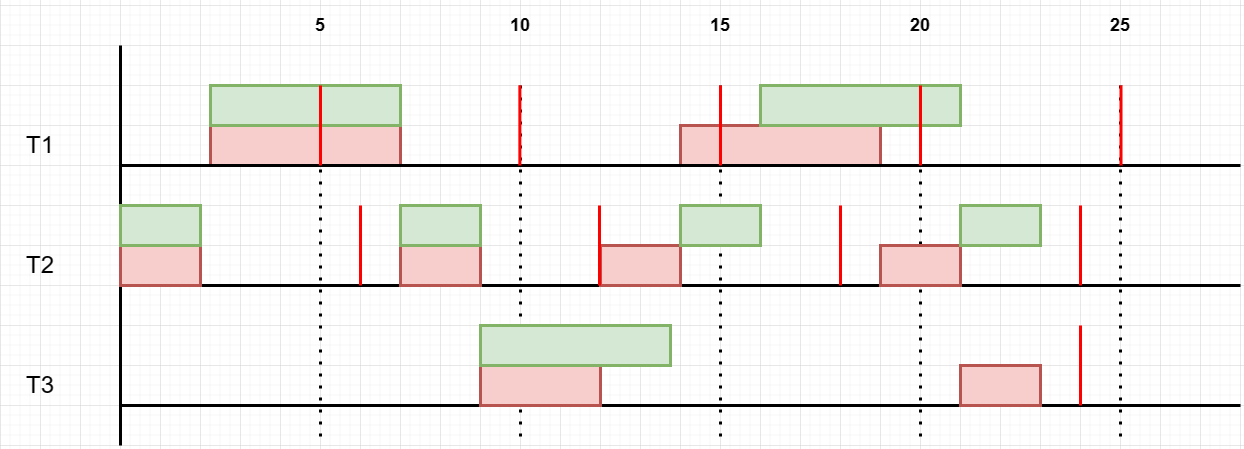
This is TPs_scheduling/diagrammes-td1_ex2.drawio.png from FlorianLatapie/PNS-SI4-S8_Capteurs_actionneurs_-_IA, a draw.io export, as it was before one commit. Source tidied: cells renumbered, new cells last; positions are measured from the earlier drawing's top-left corner, leaving out a move shared by most shapes.
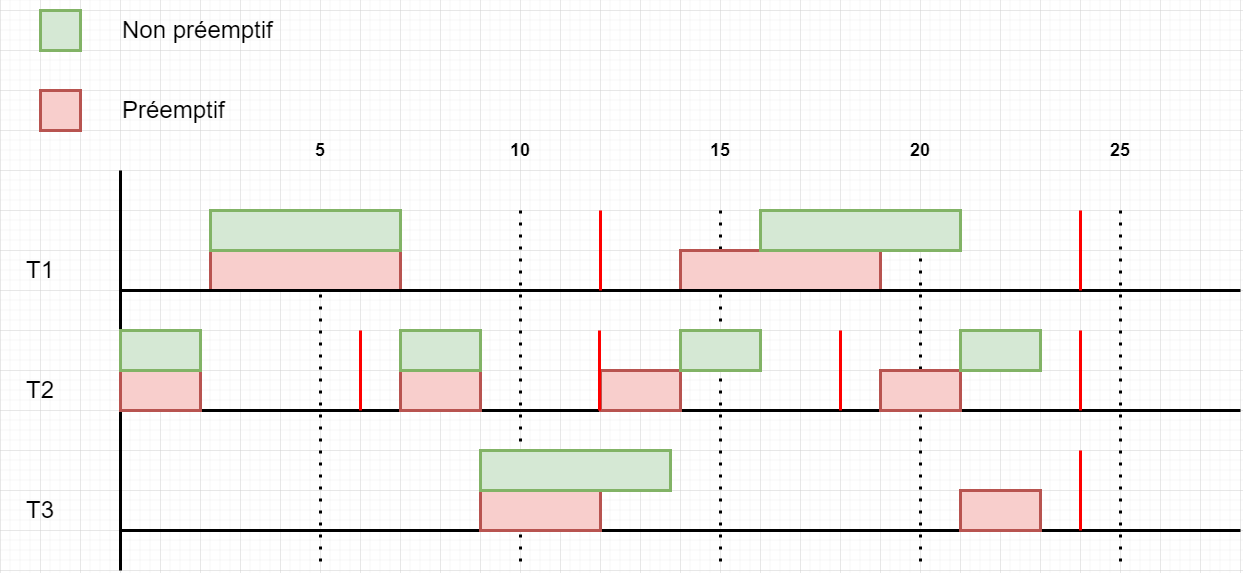
The same diagram one commit later.

Change to the diagram source:
```diff
@@ -89,24 +89,6 @@
     <mxCell id="21" style="rounded=0;whiteSpace=wrap;html=1;strokeWidth=3;fillColor=#f8cecc;strokeColor=#b85450;" parent="1" vertex="1">
       <mxGeometry x="400" y="240" width="80" height="40" as="geometry" />
     </mxCell>
-    <mxCell id="22" style="endArrow=none;html=1;rounded=0;strokeWidth=3;fillColor=#f8cecc;strokeColor=#FF0000;" parent="1" edge="1">
-      <mxGeometry relative="1" as="geometry">
-        <mxPoint x="519.4" y="160" as="sourcePoint" />
-        <mxPoint x="519.4" y="80" as="targetPoint" />
-      </mxGeometry>
-    </mxCell>
-    <mxCell id="23" style="endArrow=none;html=1;rounded=0;strokeWidth=3;fillColor=#f8cecc;strokeColor=#FF0000;" parent="1" edge="1">
-      <mxGeometry relative="1" as="geometry">
-        <mxPoint x="720" y="160" as="sourcePoint" />
-        <mxPoint x="720" y="80" as="targetPoint" />
-      </mxGeometry>
-    </mxCell>
-    <mxCell id="24" style="endArrow=none;html=1;rounded=0;strokeWidth=3;fillColor=#f8cecc;strokeColor=#FF0000;" parent="1" edge="1">
-      <mxGeometry relative="1" as="geometry">
-        <mxPoint x="1120.5" y="160" as="sourcePoint" />
-        <mxPoint x="1120.5" y="80" as="targetPoint" />
-      </mxGeometry>
-    </mxCell>
     <mxCell id="25" style="endArrow=none;html=1;rounded=0;strokeWidth=3;fillColor=#f8cecc;strokeColor=#FF0000;" parent="1" edge="1">
       <mxGeometry relative="1" as="geometry">
         <mxPoint x="360" y="280" as="sourcePoint" />
@@ -139,8 +121,8 @@
     </mxCell>
     <mxCell id="34" style="endArrow=none;html=1;rounded=0;strokeWidth=3;fillColor=#f8cecc;strokeColor=#FF0000;" parent="1" edge="1">
       <mxGeometry relative="1" as="geometry">
-        <mxPoint x="320" y="160" as="sourcePoint" />
-        <mxPoint x="320" y="80" as="targetPoint" />
+        <mxPoint x="600" y="160" as="sourcePoint" />
+        <mxPoint x="600" y="80" as="targetPoint" />
       </mxGeometry>
     </mxCell>
     <mxCell id="35" style="endArrow=none;html=1;rounded=0;strokeWidth=3;fillColor=#f8cecc;strokeColor=#FF0000;" parent="1" edge="1">
@@ -176,14 +158,26 @@
     <mxCell id="41" style="rounded=0;whiteSpace=wrap;html=1;strokeWidth=3;fillColor=#d5e8d4;strokeColor=#82b366;" parent="1" vertex="1">
       <mxGeometry x="760" y="80" width="200" height="40" as="geometry" />
     </mxCell>
-    <mxCell id="42" style="endArrow=none;html=1;rounded=0;strokeWidth=3;fillColor=#f8cecc;strokeColor=#FF0000;" parent="1" edge="1">
-      <mxGeometry relative="1" as="geometry">
-        <mxPoint x="920" y="160" as="sourcePoint" />
-        <mxPoint x="920" y="80" as="targetPoint" />
-      </mxGeometry>
-    </mxCell>
     <mxCell id="43" style="rounded=0;whiteSpace=wrap;html=1;strokeWidth=3;fillColor=#d5e8d4;strokeColor=#82b366;" parent="1" vertex="1">
       <mxGeometry x="960" y="200" width="80" height="40" as="geometry" />
     </mxCell>
+    <mxCell id="44" style="endArrow=none;html=1;rounded=0;strokeWidth=3;fillColor=#f8cecc;strokeColor=#FF0000;" parent="1" edge="1">
+      <mxGeometry relative="1" as="geometry">
+        <mxPoint x="1080" y="160" as="sourcePoint" />
+        <mxPoint x="1080" y="80" as="targetPoint" />
+      </mxGeometry>
+    </mxCell>
+    <mxCell id="45" style="rounded=0;whiteSpace=wrap;html=1;strokeWidth=3;fillColor=#d5e8d4;strokeColor=#82b366;" parent="1" vertex="1">
+      <mxGeometry x="40" y="-120" width="40" height="40" as="geometry" />
+    </mxCell>
+    <mxCell id="46" style="rounded=0;whiteSpace=wrap;html=1;strokeWidth=3;fillColor=#f8cecc;strokeColor=#b85450;" parent="1" vertex="1">
+      <mxGeometry x="40" y="-40" width="40" height="40" as="geometry" />
+    </mxCell>
+    <mxCell id="47" value="&lt;h1&gt;&lt;span style=&quot;font-weight: normal;&quot;&gt;Non préemptif&lt;/span&gt;&lt;/h1&gt;" style="text;html=1;strokeColor=none;fillColor=none;align=left;verticalAlign=middle;whiteSpace=wrap;rounded=0;" parent="1" vertex="1">
+      <mxGeometry x="120" y="-120" width="160" height="40" as="geometry" />
+    </mxCell>
+    <mxCell id="48" value="&lt;h1&gt;&lt;span style=&quot;font-weight: normal;&quot;&gt;Préemptif&lt;/span&gt;&lt;/h1&gt;" style="text;html=1;strokeColor=none;fillColor=none;align=left;verticalAlign=middle;whiteSpace=wrap;rounded=0;" parent="1" vertex="1">
+      <mxGeometry x="120" y="-40" width="160" height="40" as="geometry" />
+    </mxCell>
   </root>
 </mxGraphModel>
```
